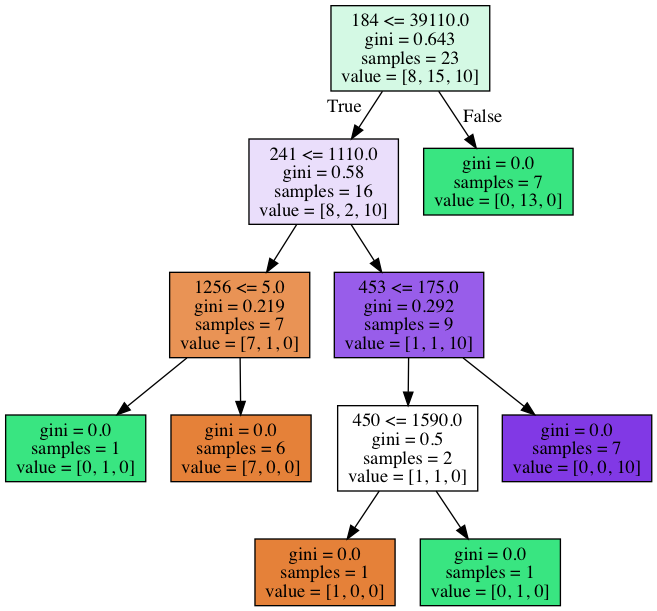
Before: analysis/ec2/1_outputs/rf_trees/tree_5.png, a diagram exported from Graphviz (swkang73/ecig). Its source is kept beside it as analysis/ec2/1_outputs/rf_trees/tree_5.dot. Source of this version:
```dot
digraph Tree {
node [shape=box, style="filled", color="black"] ;
0 [label="184 <= 39110.0\ngini = 0.643\nsamples = 23\nvalue = [8, 15, 10]", fillcolor="#39e58137"] ;
1 [label="241 <= 1110.0\ngini = 0.58\nsamples = 16\nvalue = [8, 2, 10]", fillcolor="#8139e52a"] ;
0 -> 1 [labeldistance=2.5, labelangle=45, headlabel="True"] ;
2 [label="1256 <= 5.0\ngini = 0.219\nsamples = 7\nvalue = [7, 1, 0]", fillcolor="#e58139db"] ;
1 -> 2 ;
3 [label="gini = 0.0\nsamples = 1\nvalue = [0, 1, 0]", fillcolor="#39e581ff"] ;
2 -> 3 ;
4 [label="gini = 0.0\nsamples = 6\nvalue = [7, 0, 0]", fillcolor="#e58139ff"] ;
2 -> 4 ;
5 [label="453 <= 175.0\ngini = 0.292\nsamples = 9\nvalue = [1, 1, 10]", fillcolor="#8139e5d1"] ;
1 -> 5 ;
6 [label="450 <= 1590.0\ngini = 0.5\nsamples = 2\nvalue = [1, 1, 0]", fillcolor="#e5813900"] ;
5 -> 6 ;
7 [label="gini = 0.0\nsamples = 1\nvalue = [1, 0, 0]", fillcolor="#e58139ff"] ;
6 -> 7 ;
8 [label="gini = 0.0\nsamples = 1\nvalue = [0, 1, 0]", fillcolor="#39e581ff"] ;
6 -> 8 ;
9 [label="gini = 0.0\nsamples = 7\nvalue = [0, 0, 10]", fillcolor="#8139e5ff"] ;
5 -> 9 ;
10 [label="gini = 0.0\nsamples = 7\nvalue = [0, 13, 0]", fillcolor="#39e581ff"] ;
0 -> 10 [labeldistance=2.5, labelangle=-45, headlabel="False"] ;
}
```
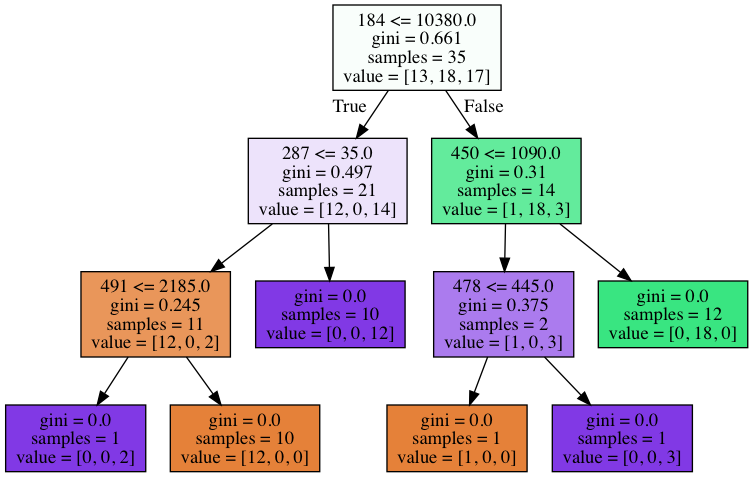
The same diagram one commit later.

Diff of the diagram source:
```diff
@@ -1,24 +1,24 @@
 digraph Tree {
 node [shape=box, style="filled", color="black"] ;
-0 [label="184 <= 39110.0\ngini = 0.643\nsamples = 23\nvalue = [8, 15, 10]", fillcolor="#39e58137"] ;
-1 [label="241 <= 1110.0\ngini = 0.58\nsamples = 16\nvalue = [8, 2, 10]", fillcolor="#8139e52a"] ;
+0 [label="184 <= 10380.0\ngini = 0.661\nsamples = 35\nvalue = [13, 18, 17]", fillcolor="#39e58108"] ;
+1 [label="287 <= 35.0\ngini = 0.497\nsamples = 21\nvalue = [12, 0, 14]", fillcolor="#8139e524"] ;
 0 -> 1 [labeldistance=2.5, labelangle=45, headlabel="True"] ;
-2 [label="1256 <= 5.0\ngini = 0.219\nsamples = 7\nvalue = [7, 1, 0]", fillcolor="#e58139db"] ;
+2 [label="491 <= 2185.0\ngini = 0.245\nsamples = 11\nvalue = [12, 0, 2]", fillcolor="#e58139d4"] ;
 1 -> 2 ;
-3 [label="gini = 0.0\nsamples = 1\nvalue = [0, 1, 0]", fillcolor="#39e581ff"] ;
+3 [label="gini = 0.0\nsamples = 1\nvalue = [0, 0, 2]", fillcolor="#8139e5ff"] ;
 2 -> 3 ;
-4 [label="gini = 0.0\nsamples = 6\nvalue = [7, 0, 0]", fillcolor="#e58139ff"] ;
+4 [label="gini = 0.0\nsamples = 10\nvalue = [12, 0, 0]", fillcolor="#e58139ff"] ;
 2 -> 4 ;
-5 [label="453 <= 175.0\ngini = 0.292\nsamples = 9\nvalue = [1, 1, 10]", fillcolor="#8139e5d1"] ;
+5 [label="gini = 0.0\nsamples = 10\nvalue = [0, 0, 12]", fillcolor="#8139e5ff"] ;
 1 -> 5 ;
-6 [label="450 <= 1590.0\ngini = 0.5\nsamples = 2\nvalue = [1, 1, 0]", fillcolor="#e5813900"] ;
-5 -> 6 ;
-7 [label="gini = 0.0\nsamples = 1\nvalue = [1, 0, 0]", fillcolor="#e58139ff"] ;
+6 [label="450 <= 1090.0\ngini = 0.31\nsamples = 14\nvalue = [1, 18, 3]", fillcolor="#39e581c9"] ;
+0 -> 6 [labeldistance=2.5, labelangle=-45, headlabel="False"] ;
+7 [label="478 <= 445.0\ngini = 0.375\nsamples = 2\nvalue = [1, 0, 3]", fillcolor="#8139e5aa"] ;
 6 -> 7 ;
-8 [label="gini = 0.0\nsamples = 1\nvalue = [0, 1, 0]", fillcolor="#39e581ff"] ;
-6 -> 8 ;
-9 [label="gini = 0.0\nsamples = 7\nvalue = [0, 0, 10]", fillcolor="#8139e5ff"] ;
-5 -> 9 ;
-10 [label="gini = 0.0\nsamples = 7\nvalue = [0, 13, 0]", fillcolor="#39e581ff"] ;
-0 -> 10 [labeldistance=2.5, labelangle=-45, headlabel="False"] ;
+8 [label="gini = 0.0\nsamples = 1\nvalue = [1, 0, 0]", fillcolor="#e58139ff"] ;
+7 -> 8 ;
+9 [label="gini = 0.0\nsamples = 1\nvalue = [0, 0, 3]", fillcolor="#8139e5ff"] ;
+7 -> 9 ;
+10 [label="gini = 0.0\nsamples = 12\nvalue = [0, 18, 0]", fillcolor="#39e581ff"] ;
+6 -> 10 ;
 }
```
